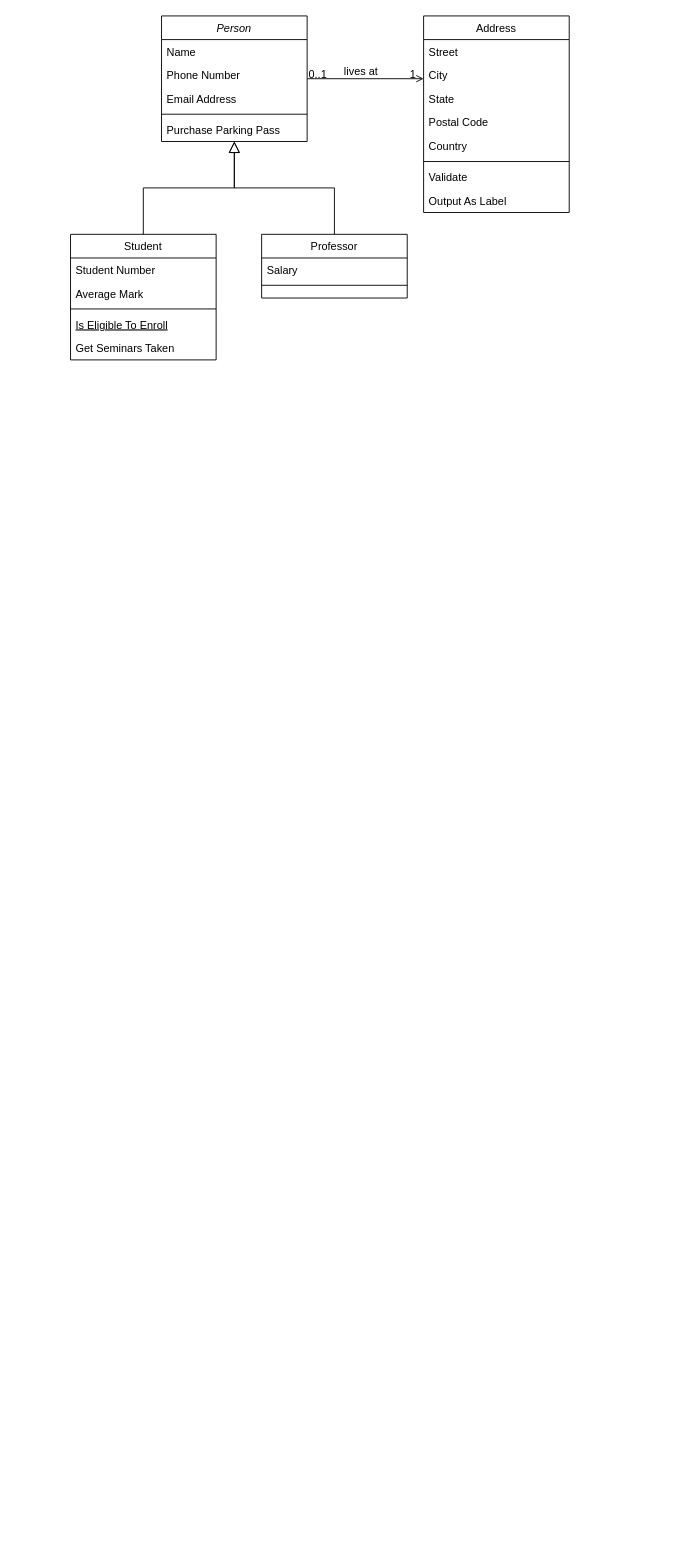
Before: studyMatching.drawio in SunghoCha/erd_practice, a draw.io diagram. Source tidied: cells renumbered, new cells numbered last; positions are measured from the earlier drawing's top-left corner, leaving out a move shared by most shapes. Both pictures are drawn from the tidied source at 91%, with x=0, y=0 at pixel (70, 15).
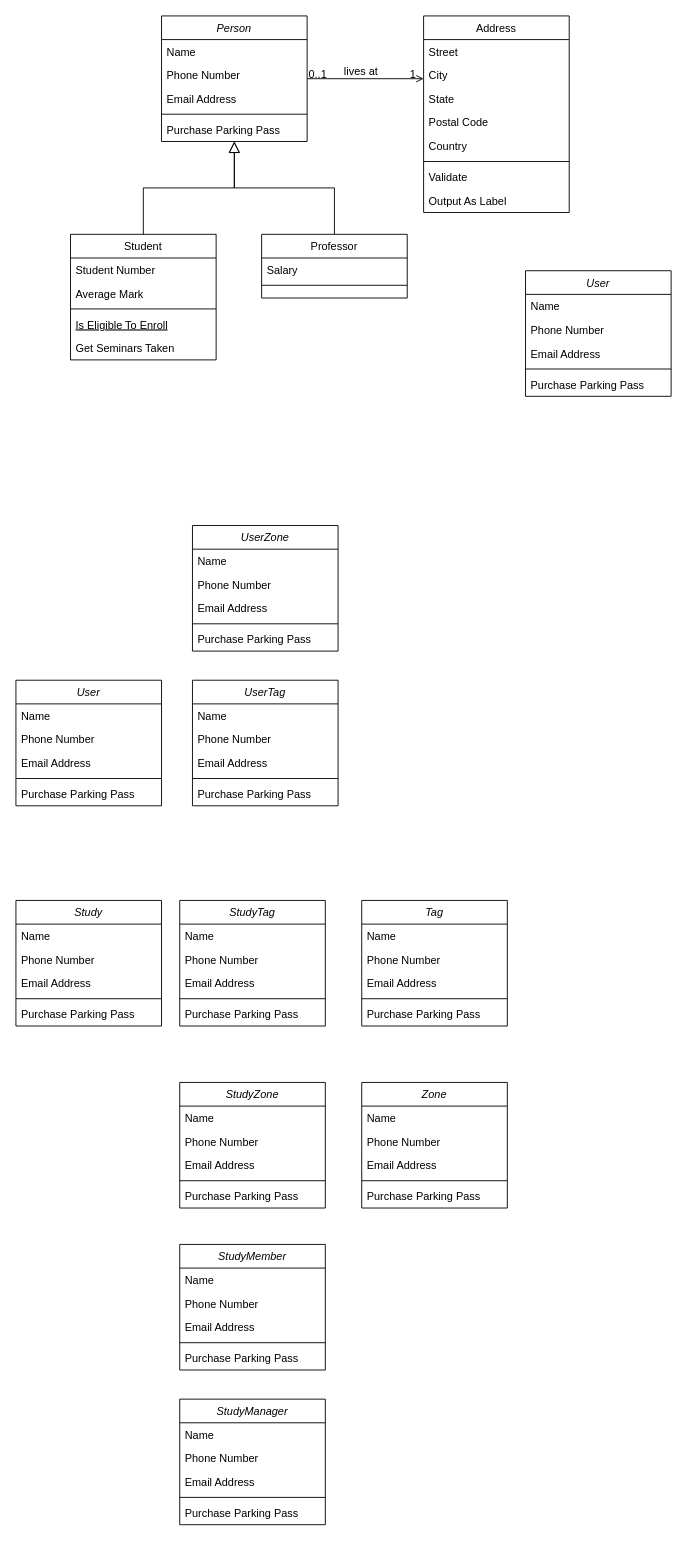
Above is the later version.

The edit, as a diff of the source:
```diff
@@
+    <mxCell id="32" value="User" style="swimlane;fontStyle=2;align=center;verticalAlign=top;horizontal=1;startSize=26;rounded=0;shadow=0;strokeWidth=1;" parent="1" vertex="1">
+      <mxGeometry x="500" y="280" width="160" height="138" as="geometry" />
+    </mxCell>
+    <mxCell id="33" value="Name" style="text;align=left;verticalAlign=top;spacingLeft=4;spacingRight=4;overflow=hidden;" parent="32" vertex="1">
+      <mxGeometry y="26" width="160" height="26" as="geometry" />
+    </mxCell>
+    <mxCell id="34" value="Phone Number" style="text;align=left;verticalAlign=top;spacingLeft=4;spacingRight=4;overflow=hidden;rounded=0;shadow=0;html=0;" parent="32" vertex="1">
+      <mxGeometry y="52" width="160" height="26" as="geometry" />
+    </mxCell>
+    <mxCell id="35" value="Email Address" style="text;align=left;verticalAlign=top;spacingLeft=4;spacingRight=4;overflow=hidden;rounded=0;shadow=0;html=0;" parent="32" vertex="1">
+      <mxGeometry y="78" width="160" height="26" as="geometry" />
+    </mxCell>
+    <mxCell id="36" style="line;html=1;strokeWidth=1;align=left;verticalAlign=middle;spacingTop=-1;spacingLeft=3;spacingRight=3;labelPosition=right;" parent="32" vertex="1">
+      <mxGeometry y="104" width="160" height="8" as="geometry" />
+    </mxCell>
+    <mxCell id="37" value="Purchase Parking Pass" style="text;align=left;verticalAlign=top;spacingLeft=4;spacingRight=4;overflow=hidden;" parent="32" vertex="1">
+      <mxGeometry y="112" width="160" height="26" as="geometry" />
+    </mxCell>
+    <mxCell id="38" value="Study" style="swimlane;fontStyle=2;align=center;verticalAlign=top;horizontal=1;startSize=26;rounded=0;shadow=0;strokeWidth=1;" parent="1" vertex="1">
+      <mxGeometry x="-60" y="972" width="160" height="138" as="geometry" />
+    </mxCell>
+    <mxCell id="39" value="Name" style="text;align=left;verticalAlign=top;spacingLeft=4;spacingRight=4;overflow=hidden;" parent="38" vertex="1">
+      <mxGeometry y="26" width="160" height="26" as="geometry" />
+    </mxCell>
+    <mxCell id="40" value="Phone Number" style="text;align=left;verticalAlign=top;spacingLeft=4;spacingRight=4;overflow=hidden;rounded=0;shadow=0;html=0;" parent="38" vertex="1">
+      <mxGeometry y="52" width="160" height="26" as="geometry" />
+    </mxCell>
+    <mxCell id="41" value="Email Address" style="text;align=left;verticalAlign=top;spacingLeft=4;spacingRight=4;overflow=hidden;rounded=0;shadow=0;html=0;" parent="38" vertex="1">
+      <mxGeometry y="78" width="160" height="26" as="geometry" />
+    </mxCell>
+    <mxCell id="42" style="line;html=1;strokeWidth=1;align=left;verticalAlign=middle;spacingTop=-1;spacingLeft=3;spacingRight=3;labelPosition=right;" parent="38" vertex="1">
+      <mxGeometry y="104" width="160" height="8" as="geometry" />
+    </mxCell>
+    <mxCell id="43" value="Purchase Parking Pass" style="text;align=left;verticalAlign=top;spacingLeft=4;spacingRight=4;overflow=hidden;" parent="38" vertex="1">
+      <mxGeometry y="112" width="160" height="26" as="geometry" />
+    </mxCell>
+    <mxCell id="44" value="Zone" style="swimlane;fontStyle=2;align=center;verticalAlign=top;horizontal=1;startSize=26;rounded=0;shadow=0;strokeWidth=1;" parent="1" vertex="1">
+      <mxGeometry x="320" y="1172" width="160" height="138" as="geometry" />
+    </mxCell>
+    <mxCell id="45" value="Name" style="text;align=left;verticalAlign=top;spacingLeft=4;spacingRight=4;overflow=hidden;" parent="44" vertex="1">
+      <mxGeometry y="26" width="160" height="26" as="geometry" />
+    </mxCell>
+    <mxCell id="46" value="Phone Number" style="text;align=left;verticalAlign=top;spacingLeft=4;spacingRight=4;overflow=hidden;rounded=0;shadow=0;html=0;" parent="44" vertex="1">
+      <mxGeometry y="52" width="160" height="26" as="geometry" />
+    </mxCell>
+    <mxCell id="47" value="Email Address" style="text;align=left;verticalAlign=top;spacingLeft=4;spacingRight=4;overflow=hidden;rounded=0;shadow=0;html=0;" parent="44" vertex="1">
+      <mxGeometry y="78" width="160" height="26" as="geometry" />
+    </mxCell>
+    <mxCell id="48" style="line;html=1;strokeWidth=1;align=left;verticalAlign=middle;spacingTop=-1;spacingLeft=3;spacingRight=3;labelPosition=right;" parent="44" vertex="1">
+      <mxGeometry y="104" width="160" height="8" as="geometry" />
+    </mxCell>
+    <mxCell id="49" value="Purchase Parking Pass" style="text;align=left;verticalAlign=top;spacingLeft=4;spacingRight=4;overflow=hidden;" parent="44" vertex="1">
+      <mxGeometry y="112" width="160" height="26" as="geometry" />
+    </mxCell>
+    <mxCell id="50" value="Tag" style="swimlane;fontStyle=2;align=center;verticalAlign=top;horizontal=1;startSize=26;rounded=0;shadow=0;strokeWidth=1;" parent="1" vertex="1">
+      <mxGeometry x="320" y="972" width="160" height="138" as="geometry" />
+    </mxCell>
+    <mxCell id="51" value="Name" style="text;align=left;verticalAlign=top;spacingLeft=4;spacingRight=4;overflow=hidden;" parent="50" vertex="1">
+      <mxGeometry y="26" width="160" height="26" as="geometry" />
+    </mxCell>
+    <mxCell id="52" value="Phone Number" style="text;align=left;verticalAlign=top;spacingLeft=4;spacingRight=4;overflow=hidden;rounded=0;shadow=0;html=0;" parent="50" vertex="1">
+      <mxGeometry y="52" width="160" height="26" as="geometry" />
+    </mxCell>
+    <mxCell id="53" value="Email Address" style="text;align=left;verticalAlign=top;spacingLeft=4;spacingRight=4;overflow=hidden;rounded=0;shadow=0;html=0;" parent="50" vertex="1">
+      <mxGeometry y="78" width="160" height="26" as="geometry" />
+    </mxCell>
+    <mxCell id="54" style="line;html=1;strokeWidth=1;align=left;verticalAlign=middle;spacingTop=-1;spacingLeft=3;spacingRight=3;labelPosition=right;" parent="50" vertex="1">
+      <mxGeometry y="104" width="160" height="8" as="geometry" />
+    </mxCell>
+    <mxCell id="55" value="Purchase Parking Pass" style="text;align=left;verticalAlign=top;spacingLeft=4;spacingRight=4;overflow=hidden;" parent="50" vertex="1">
+      <mxGeometry y="112" width="160" height="26" as="geometry" />
+    </mxCell>
+    <mxCell id="56" value="StudyTag" style="swimlane;fontStyle=2;align=center;verticalAlign=top;horizontal=1;startSize=26;rounded=0;shadow=0;strokeWidth=1;" parent="1" vertex="1">
+      <mxGeometry x="120" y="972" width="160" height="138" as="geometry" />
+    </mxCell>
+    <mxCell id="57" value="Name" style="text;align=left;verticalAlign=top;spacingLeft=4;spacingRight=4;overflow=hidden;" parent="56" vertex="1">
+      <mxGeometry y="26" width="160" height="26" as="geometry" />
+    </mxCell>
+    <mxCell id="58" value="Phone Number" style="text;align=left;verticalAlign=top;spacingLeft=4;spacingRight=4;overflow=hidden;rounded=0;shadow=0;html=0;" parent="56" vertex="1">
+      <mxGeometry y="52" width="160" height="26" as="geometry" />
+    </mxCell>
+    <mxCell id="59" value="Email Address" style="text;align=left;verticalAlign=top;spacingLeft=4;spacingRight=4;overflow=hidden;rounded=0;shadow=0;html=0;" parent="56" vertex="1">
+      <mxGeometry y="78" width="160" height="26" as="geometry" />
+    </mxCell>
+    <mxCell id="60" style="line;html=1;strokeWidth=1;align=left;verticalAlign=middle;spacingTop=-1;spacingLeft=3;spacingRight=3;labelPosition=right;" parent="56" vertex="1">
+      <mxGeometry y="104" width="160" height="8" as="geometry" />
+    </mxCell>
+    <mxCell id="61" value="Purchase Parking Pass" style="text;align=left;verticalAlign=top;spacingLeft=4;spacingRight=4;overflow=hidden;" parent="56" vertex="1">
+      <mxGeometry y="112" width="160" height="26" as="geometry" />
+    </mxCell>
+    <mxCell id="62" value="StudyZone" style="swimlane;fontStyle=2;align=center;verticalAlign=top;horizontal=1;startSize=26;rounded=0;shadow=0;strokeWidth=1;" parent="1" vertex="1">
+      <mxGeometry x="120" y="1172" width="160" height="138" as="geometry" />
+    </mxCell>
+    <mxCell id="63" value="Name" style="text;align=left;verticalAlign=top;spacingLeft=4;spacingRight=4;overflow=hidden;" parent="62" vertex="1">
+      <mxGeometry y="26" width="160" height="26" as="geometry" />
+    </mxCell>
+    <mxCell id="64" value="Phone Number" style="text;align=left;verticalAlign=top;spacingLeft=4;spacingRight=4;overflow=hidden;rounded=0;shadow=0;html=0;" parent="62" vertex="1">
+      <mxGeometry y="52" width="160" height="26" as="geometry" />
+    </mxCell>
+    <mxCell id="65" value="Email Address" style="text;align=left;verticalAlign=top;spacingLeft=4;spacingRight=4;overflow=hidden;rounded=0;shadow=0;html=0;" parent="62" vertex="1">
+      <mxGeometry y="78" width="160" height="26" as="geometry" />
+    </mxCell>
+    <mxCell id="66" style="line;html=1;strokeWidth=1;align=left;verticalAlign=middle;spacingTop=-1;spacingLeft=3;spacingRight=3;labelPosition=right;" parent="62" vertex="1">
+      <mxGeometry y="104" width="160" height="8" as="geometry" />
+    </mxCell>
+    <mxCell id="67" value="Purchase Parking Pass" style="text;align=left;verticalAlign=top;spacingLeft=4;spacingRight=4;overflow=hidden;" parent="62" vertex="1">
+      <mxGeometry y="112" width="160" height="26" as="geometry" />
+    </mxCell>
+    <mxCell id="68" value="User" style="swimlane;fontStyle=2;align=center;verticalAlign=top;horizontal=1;startSize=26;rounded=0;shadow=0;strokeWidth=1;" parent="1" vertex="1">
+      <mxGeometry x="-60" y="730" width="160" height="138" as="geometry" />
+    </mxCell>
+    <mxCell id="69" value="Name" style="text;align=left;verticalAlign=top;spacingLeft=4;spacingRight=4;overflow=hidden;" parent="68" vertex="1">
+      <mxGeometry y="26" width="160" height="26" as="geometry" />
+    </mxCell>
+    <mxCell id="70" value="Phone Number" style="text;align=left;verticalAlign=top;spacingLeft=4;spacingRight=4;overflow=hidden;rounded=0;shadow=0;html=0;" parent="68" vertex="1">
+      <mxGeometry y="52" width="160" height="26" as="geometry" />
+    </mxCell>
+    <mxCell id="71" value="Email Address" style="text;align=left;verticalAlign=top;spacingLeft=4;spacingRight=4;overflow=hidden;rounded=0;shadow=0;html=0;" parent="68" vertex="1">
+      <mxGeometry y="78" width="160" height="26" as="geometry" />
+    </mxCell>
+    <mxCell id="72" style="line;html=1;strokeWidth=1;align=left;verticalAlign=middle;spacingTop=-1;spacingLeft=3;spacingRight=3;labelPosition=right;" parent="68" vertex="1">
+      <mxGeometry y="104" width="160" height="8" as="geometry" />
+    </mxCell>
+    <mxCell id="73" value="Purchase Parking Pass" style="text;align=left;verticalAlign=top;spacingLeft=4;spacingRight=4;overflow=hidden;" parent="68" vertex="1">
+      <mxGeometry y="112" width="160" height="26" as="geometry" />
+    </mxCell>
+    <mxCell id="74" value="UserTag" style="swimlane;fontStyle=2;align=center;verticalAlign=top;horizontal=1;startSize=26;rounded=0;shadow=0;strokeWidth=1;" parent="1" vertex="1">
+      <mxGeometry x="134" y="730" width="160" height="138" as="geometry" />
+    </mxCell>
+    <mxCell id="75" value="Name" style="text;align=left;verticalAlign=top;spacingLeft=4;spacingRight=4;overflow=hidden;" parent="74" vertex="1">
+      <mxGeometry y="26" width="160" height="26" as="geometry" />
+    </mxCell>
+    <mxCell id="76" value="Phone Number" style="text;align=left;verticalAlign=top;spacingLeft=4;spacingRight=4;overflow=hidden;rounded=0;shadow=0;html=0;" parent="74" vertex="1">
+      <mxGeometry y="52" width="160" height="26" as="geometry" />
+    </mxCell>
+    <mxCell id="77" value="Email Address" style="text;align=left;verticalAlign=top;spacingLeft=4;spacingRight=4;overflow=hidden;rounded=0;shadow=0;html=0;" parent="74" vertex="1">
+      <mxGeometry y="78" width="160" height="26" as="geometry" />
+    </mxCell>
+    <mxCell id="78" style="line;html=1;strokeWidth=1;align=left;verticalAlign=middle;spacingTop=-1;spacingLeft=3;spacingRight=3;labelPosition=right;" parent="74" vertex="1">
+      <mxGeometry y="104" width="160" height="8" as="geometry" />
+    </mxCell>
+    <mxCell id="79" value="Purchase Parking Pass" style="text;align=left;verticalAlign=top;spacingLeft=4;spacingRight=4;overflow=hidden;" parent="74" vertex="1">
+      <mxGeometry y="112" width="160" height="26" as="geometry" />
+    </mxCell>
+    <mxCell id="80" value="UserZone" style="swimlane;fontStyle=2;align=center;verticalAlign=top;horizontal=1;startSize=26;rounded=0;shadow=0;strokeWidth=1;" parent="1" vertex="1">
+      <mxGeometry x="134" y="560" width="160" height="138" as="geometry" />
+    </mxCell>
+    <mxCell id="81" value="Name" style="text;align=left;verticalAlign=top;spacingLeft=4;spacingRight=4;overflow=hidden;" parent="80" vertex="1">
+      <mxGeometry y="26" width="160" height="26" as="geometry" />
+    </mxCell>
+    <mxCell id="82" value="Phone Number" style="text;align=left;verticalAlign=top;spacingLeft=4;spacingRight=4;overflow=hidden;rounded=0;shadow=0;html=0;" parent="80" vertex="1">
+      <mxGeometry y="52" width="160" height="26" as="geometry" />
+    </mxCell>
+    <mxCell id="83" value="Email Address" style="text;align=left;verticalAlign=top;spacingLeft=4;spacingRight=4;overflow=hidden;rounded=0;shadow=0;html=0;" parent="80" vertex="1">
+      <mxGeometry y="78" width="160" height="26" as="geometry" />
+    </mxCell>
+    <mxCell id="84" style="line;html=1;strokeWidth=1;align=left;verticalAlign=middle;spacingTop=-1;spacingLeft=3;spacingRight=3;labelPosition=right;" parent="80" vertex="1">
+      <mxGeometry y="104" width="160" height="8" as="geometry" />
+    </mxCell>
+    <mxCell id="85" value="Purchase Parking Pass" style="text;align=left;verticalAlign=top;spacingLeft=4;spacingRight=4;overflow=hidden;" parent="80" vertex="1">
+      <mxGeometry y="112" width="160" height="26" as="geometry" />
+    </mxCell>
+    <mxCell id="86" value="StudyMember" style="swimlane;fontStyle=2;align=center;verticalAlign=top;horizontal=1;startSize=26;rounded=0;shadow=0;strokeWidth=1;" parent="1" vertex="1">
+      <mxGeometry x="120" y="1350" width="160" height="138" as="geometry" />
+    </mxCell>
+    <mxCell id="87" value="Name" style="text;align=left;verticalAlign=top;spacingLeft=4;spacingRight=4;overflow=hidden;" parent="86" vertex="1">
+      <mxGeometry y="26" width="160" height="26" as="geometry" />
+    </mxCell>
+    <mxCell id="88" value="Phone Number" style="text;align=left;verticalAlign=top;spacingLeft=4;spacingRight=4;overflow=hidden;rounded=0;shadow=0;html=0;" parent="86" vertex="1">
+      <mxGeometry y="52" width="160" height="26" as="geometry" />
+    </mxCell>
+    <mxCell id="89" value="Email Address" style="text;align=left;verticalAlign=top;spacingLeft=4;spacingRight=4;overflow=hidden;rounded=0;shadow=0;html=0;" parent="86" vertex="1">
+      <mxGeometry y="78" width="160" height="26" as="geometry" />
+    </mxCell>
+    <mxCell id="90" style="line;html=1;strokeWidth=1;align=left;verticalAlign=middle;spacingTop=-1;spacingLeft=3;spacingRight=3;labelPosition=right;" parent="86" vertex="1">
+      <mxGeometry y="104" width="160" height="8" as="geometry" />
+    </mxCell>
+    <mxCell id="91" value="Purchase Parking Pass" style="text;align=left;verticalAlign=top;spacingLeft=4;spacingRight=4;overflow=hidden;" parent="86" vertex="1">
+      <mxGeometry y="112" width="160" height="26" as="geometry" />
+    </mxCell>
+    <mxCell id="92" value="StudyManager" style="swimlane;fontStyle=2;align=center;verticalAlign=top;horizontal=1;startSize=26;rounded=0;shadow=0;strokeWidth=1;" parent="1" vertex="1">
+      <mxGeometry x="120" y="1520" width="160" height="138" as="geometry" />
+    </mxCell>
+    <mxCell id="93" value="Name" style="text;align=left;verticalAlign=top;spacingLeft=4;spacingRight=4;overflow=hidden;" parent="92" vertex="1">
+      <mxGeometry y="26" width="160" height="26" as="geometry" />
+    </mxCell>
+    <mxCell id="94" value="Phone Number" style="text;align=left;verticalAlign=top;spacingLeft=4;spacingRight=4;overflow=hidden;rounded=0;shadow=0;html=0;" parent="92" vertex="1">
+      <mxGeometry y="52" width="160" height="26" as="geometry" />
+    </mxCell>
+    <mxCell id="95" value="Email Address" style="text;align=left;verticalAlign=top;spacingLeft=4;spacingRight=4;overflow=hidden;rounded=0;shadow=0;html=0;" parent="92" vertex="1">
+      <mxGeometry y="78" width="160" height="26" as="geometry" />
+    </mxCell>
+    <mxCell id="96" style="line;html=1;strokeWidth=1;align=left;verticalAlign=middle;spacingTop=-1;spacingLeft=3;spacingRight=3;labelPosition=right;" parent="92" vertex="1">
+      <mxGeometry y="104" width="160" height="8" as="geometry" />
+    </mxCell>
+    <mxCell id="97" value="Purchase Parking Pass" style="text;align=left;verticalAlign=top;spacingLeft=4;spacingRight=4;overflow=hidden;" parent="92" vertex="1">
+      <mxGeometry y="112" width="160" height="26" as="geometry" />
+    </mxCell>
```
